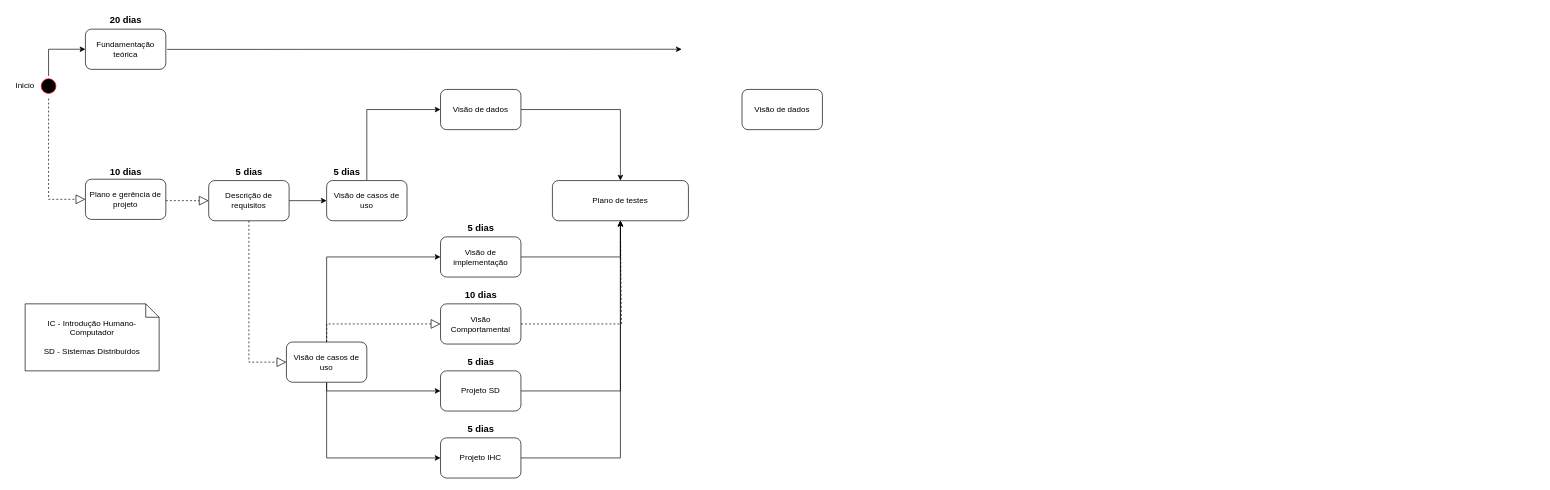
Earlier version of the draw.io diagram Diagrama sem nome.drawio (franson-dev/fazendo_programinha). Source tidied: cells renumbered, new cells numbered last; positions are measured from the earlier drawing's top-left corner, leaving out a move shared by most shapes. Both pictures are drawn from the tidied source at 67%, with x=0, y=0 at pixel (11, 11).
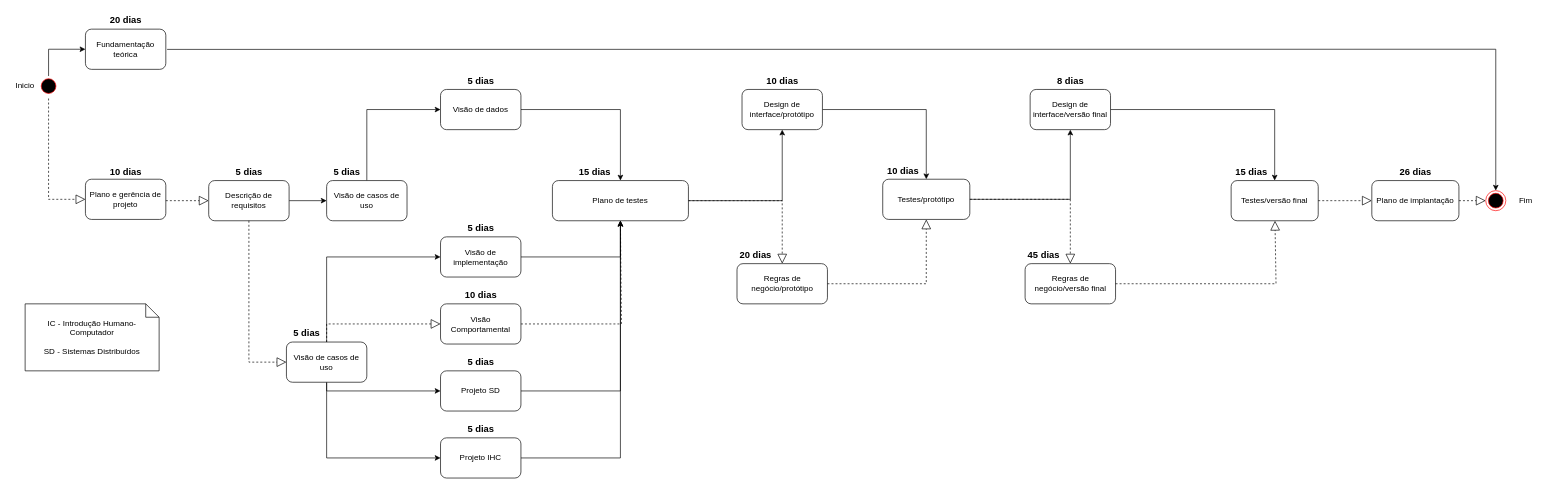
Above is the later version.

The change refers to these unchanged cells:
```xml
<mxCell id="5" value="Fundamentação teórica" style="rounded=1;whiteSpace=wrap;html=1;" parent="1" vertex="1">
  <mxGeometry x="110" y="26" width="120" height="60" as="geometry" />
</mxCell>
<mxCell id="19" value="Plano de testes" style="rounded=1;whiteSpace=wrap;html=1;" parent="1" vertex="1">
  <mxGeometry x="807" y="252" width="203" height="60" as="geometry" />
</mxCell>
```

What changed in the source:
```diff
@@
-    <mxCell id="6" style="endArrow=classic;html=1;rounded=0;exitX=1.016;exitY=0.504;exitDx=0;exitDy=0;exitPerimeter=0;" parent="1" edge="1" source="5">
+    <mxCell id="6" style="endArrow=classic;html=1;rounded=0;exitX=1.016;exitY=0.504;exitDx=0;exitDy=0;exitPerimeter=0;entryX=0.5;entryY=0;entryDx=0;entryDy=0;" parent="1" edge="1" source="5" target="63">
       <mxGeometry relative="1" as="geometry">
-        <mxPoint x="1000" y="56" as="targetPoint" />
+        <Array as="points">
+          <mxPoint x="2215" y="56" />
+        </Array>
       </mxGeometry>
     </mxCell>
@@
+    <mxCell id="41" style="edgeStyle=orthogonalEdgeStyle;rounded=0;jettySize=auto;html=1;entryX=0.5;entryY=1;entryDx=0;entryDy=0;" parent="1" edge="1" source="19" target="40">
+      <mxGeometry relative="1" as="geometry" />
+    </mxCell>
@@
+    <mxCell id="42" style="edgeStyle=orthogonalEdgeStyle;rounded=0;jettySize=auto;html=1;" parent="1" edge="1" source="40" target="47">
+      <mxGeometry relative="1" as="geometry" />
+    </mxCell>
-    <mxCell id="40" value="Visão de dados" style="rounded=1;whiteSpace=wrap;html=1;" parent="1" vertex="1">
+    <mxCell id="40" value="Design de interface/protótipo" style="rounded=1;whiteSpace=wrap;html=1;" parent="1" vertex="1">
       <mxGeometry x="1090" y="116" width="120" height="60" as="geometry" />
     </mxCell>
+    <mxCell id="43" value="&lt;font style=&quot;font-size: 14px;&quot;&gt;15 dias&lt;/font&gt;" style="text;align=center;fontStyle=1;verticalAlign=middle;spacingLeft=3;spacingRight=3;strokeColor=none;html=1;" parent="1" vertex="1">
+      <mxGeometry x="830" y="226" width="80" height="26" as="geometry" />
+    </mxCell>
+    <mxCell id="44" value="Regras de negócio/protótipo" style="rounded=1;whiteSpace=wrap;html=1;" parent="1" vertex="1">
+      <mxGeometry x="1082.5" y="376" width="135" height="60" as="geometry" />
+    </mxCell>
+    <mxCell id="45" style="endArrow=block;dashed=1;endFill=0;endSize=12;html=1;rounded=0;exitX=1;exitY=0.5;exitDx=0;exitDy=0;entryX=0.5;entryY=0;entryDx=0;entryDy=0;" parent="1" edge="1" source="19" target="44">
+      <mxGeometry relative="1" as="geometry">
+        <Array as="points">
+          <mxPoint x="1150" y="282" />
+        </Array>
+      </mxGeometry>
+    </mxCell>
+    <mxCell id="46" style="edgeStyle=orthogonalEdgeStyle;rounded=0;jettySize=auto;html=1;entryX=0.5;entryY=1;entryDx=0;entryDy=0;" parent="1" edge="1" source="47" target="54">
+      <mxGeometry relative="1" as="geometry" />
+    </mxCell>
+    <mxCell id="47" value="Testes/protótipo" style="rounded=1;whiteSpace=wrap;html=1;" parent="1" vertex="1">
+      <mxGeometry x="1300" y="250" width="130" height="60" as="geometry" />
+    </mxCell>
+    <mxCell id="48" style="endArrow=block;dashed=1;endFill=0;endSize=12;html=1;rounded=0;exitX=1;exitY=0.5;exitDx=0;exitDy=0;entryX=0.5;entryY=1;entryDx=0;entryDy=0;" parent="1" edge="1" source="44" target="47">
+      <mxGeometry relative="1" as="geometry">
+        <Array as="points">
+          <mxPoint x="1365" y="406" />
+        </Array>
+      </mxGeometry>
+    </mxCell>
+    <mxCell id="49" value="&lt;font style=&quot;font-size: 14px;&quot;&gt;5 dias&lt;/font&gt;" style="text;align=center;fontStyle=1;verticalAlign=middle;spacingLeft=3;spacingRight=3;strokeColor=none;html=1;" parent="1" vertex="1">
+      <mxGeometry x="400" y="467" width="80" height="26" as="geometry" />
+    </mxCell>
+    <mxCell id="50" value="&lt;font style=&quot;font-size: 14px;&quot;&gt;5 dias&lt;/font&gt;" style="text;align=center;fontStyle=1;verticalAlign=middle;spacingLeft=3;spacingRight=3;strokeColor=none;html=1;" parent="1" vertex="1">
+      <mxGeometry x="660" y="90" width="80" height="26" as="geometry" />
+    </mxCell>
+    <mxCell id="51" value="&lt;font style=&quot;font-size: 14px;&quot;&gt;10 dias&lt;/font&gt;" style="text;align=center;fontStyle=1;verticalAlign=middle;spacingLeft=3;spacingRight=3;strokeColor=none;html=1;" parent="1" vertex="1">
+      <mxGeometry x="1110" y="90" width="80" height="26" as="geometry" />
+    </mxCell>
+    <mxCell id="52" value="&lt;font style=&quot;font-size: 14px;&quot;&gt;20 dias&lt;/font&gt;" style="text;align=center;fontStyle=1;verticalAlign=middle;spacingLeft=3;spacingRight=3;strokeColor=none;html=1;" parent="1" vertex="1">
+      <mxGeometry x="1070" y="350" width="80" height="26" as="geometry" />
+    </mxCell>
+    <mxCell id="53" style="edgeStyle=orthogonalEdgeStyle;rounded=0;jettySize=auto;html=1;" parent="1" edge="1" source="54" target="60">
+      <mxGeometry relative="1" as="geometry" />
+    </mxCell>
+    <mxCell id="54" value="Design de interface/versão final" style="rounded=1;whiteSpace=wrap;html=1;" parent="1" vertex="1">
+      <mxGeometry x="1520" y="116" width="120" height="60" as="geometry" />
+    </mxCell>
+    <mxCell id="55" value="Regras de negócio/versão final" style="rounded=1;whiteSpace=wrap;html=1;" parent="1" vertex="1">
+      <mxGeometry x="1512.5" y="376" width="135" height="60" as="geometry" />
+    </mxCell>
+    <mxCell id="56" style="endArrow=block;dashed=1;endFill=0;endSize=12;html=1;rounded=0;exitX=1;exitY=0.5;exitDx=0;exitDy=0;entryX=0.5;entryY=0;entryDx=0;entryDy=0;" parent="1" edge="1" source="47" target="55">
+      <mxGeometry relative="1" as="geometry">
+        <Array as="points">
+          <mxPoint x="1580" y="280" />
+        </Array>
+      </mxGeometry>
+    </mxCell>
+    <mxCell id="57" value="&lt;font style=&quot;font-size: 14px;&quot;&gt;10 dias&lt;/font&gt;" style="text;align=center;fontStyle=1;verticalAlign=middle;spacingLeft=3;spacingRight=3;strokeColor=none;html=1;" parent="1" vertex="1">
+      <mxGeometry x="1290" y="224" width="80" height="26" as="geometry" />
+    </mxCell>
+    <mxCell id="58" value="&lt;font style=&quot;font-size: 14px;&quot;&gt;8 dias&lt;/font&gt;" style="text;align=center;fontStyle=1;verticalAlign=middle;spacingLeft=3;spacingRight=3;strokeColor=none;html=1;" parent="1" vertex="1">
+      <mxGeometry x="1540" y="90" width="80" height="26" as="geometry" />
+    </mxCell>
+    <mxCell id="59" value="&lt;font style=&quot;font-size: 14px;&quot;&gt;45 dias&lt;/font&gt;" style="text;align=center;fontStyle=1;verticalAlign=middle;spacingLeft=3;spacingRight=3;strokeColor=none;html=1;" parent="1" vertex="1">
+      <mxGeometry x="1500" y="350" width="80" height="26" as="geometry" />
+    </mxCell>
+    <mxCell id="60" value="Testes/versão final" style="rounded=1;whiteSpace=wrap;html=1;" parent="1" vertex="1">
+      <mxGeometry x="1820" y="252" width="130" height="60" as="geometry" />
+    </mxCell>
+    <mxCell id="61" style="endArrow=block;dashed=1;endFill=0;endSize=12;html=1;rounded=0;exitX=1;exitY=0.5;exitDx=0;exitDy=0;" parent="1" edge="1" source="55" target="60">
+      <mxGeometry relative="1" as="geometry">
+        <Array as="points">
+          <mxPoint x="1887" y="406" />
+        </Array>
+      </mxGeometry>
+    </mxCell>
+    <mxCell id="62" value="&lt;font style=&quot;font-size: 14px;&quot;&gt;15 dias&lt;/font&gt;" style="text;align=center;fontStyle=1;verticalAlign=middle;spacingLeft=3;spacingRight=3;strokeColor=none;html=1;" parent="1" vertex="1">
+      <mxGeometry x="1810" y="226" width="80" height="26" as="geometry" />
+    </mxCell>
+    <mxCell id="63" style="ellipse;html=1;shape=endState;fillColor=#000000;strokeColor=#ff0000;" parent="1" vertex="1">
+      <mxGeometry x="2200" y="267" width="30" height="30" as="geometry" />
+    </mxCell>
+    <mxCell id="64" style="endArrow=block;dashed=1;endFill=0;endSize=12;html=1;rounded=0;exitX=1;exitY=0.5;exitDx=0;exitDy=0;" parent="1" edge="1" source="60" target="65">
+      <mxGeometry relative="1" as="geometry" />
+    </mxCell>
+    <mxCell id="65" value="Plano de implantação" style="rounded=1;whiteSpace=wrap;html=1;" parent="1" vertex="1">
+      <mxGeometry x="2030" y="252" width="130" height="60" as="geometry" />
+    </mxCell>
+    <mxCell id="66" value="&lt;font style=&quot;font-size: 14px;&quot;&gt;26&lt;/font&gt;&lt;span style=&quot;font-size: 14px; background-color: initial;&quot;&gt;&amp;nbsp;dias&lt;/span&gt;" style="text;align=center;fontStyle=1;verticalAlign=middle;spacingLeft=3;spacingRight=3;strokeColor=none;html=1;" parent="1" vertex="1">
+      <mxGeometry x="2055" y="226" width="80" height="26" as="geometry" />
+    </mxCell>
+    <mxCell id="67" style="endArrow=block;dashed=1;endFill=0;endSize=12;html=1;rounded=0;exitX=1;exitY=0.5;exitDx=0;exitDy=0;entryX=0;entryY=0.5;entryDx=0;entryDy=0;" parent="1" edge="1" source="65" target="63">
+      <mxGeometry relative="1" as="geometry" />
+    </mxCell>
+    <mxCell id="68" value="Fim" style="text;html=1;align=center;verticalAlign=middle;whiteSpace=wrap;rounded=0;" parent="1" vertex="1">
+      <mxGeometry x="2240" y="267" width="40" height="30" as="geometry" />
+    </mxCell>
```
